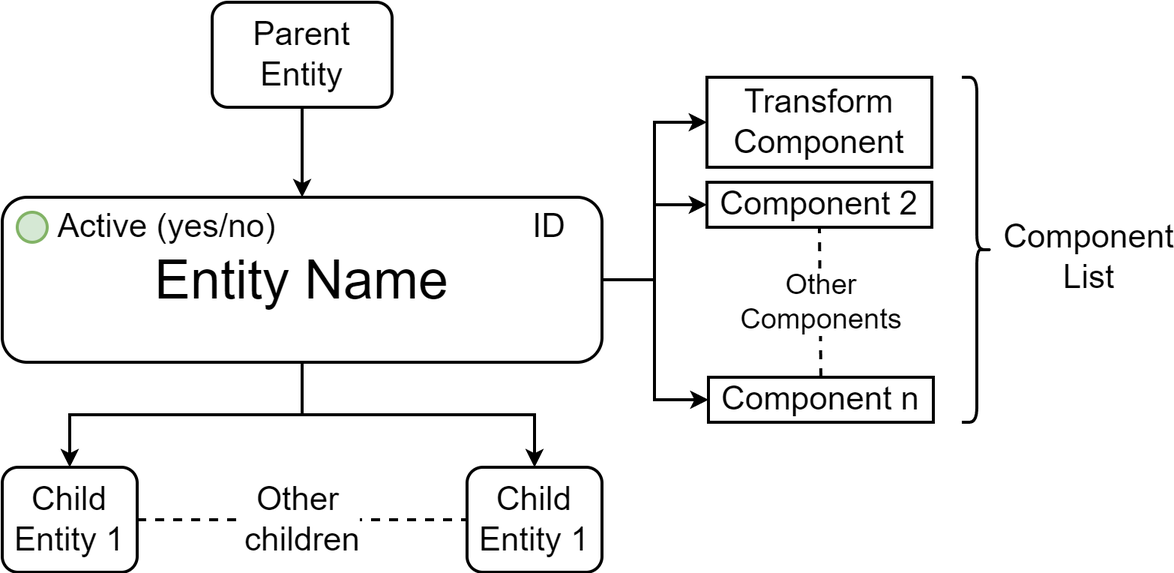
extremq/blog keeps this draw.io diagram as assets/images/002/Entity.png. Above is the earlier version. Source tidied: cells renumbered, new cells last; positions are measured from the earlier drawing's top-left corner, leaving out a move shared by most shapes.
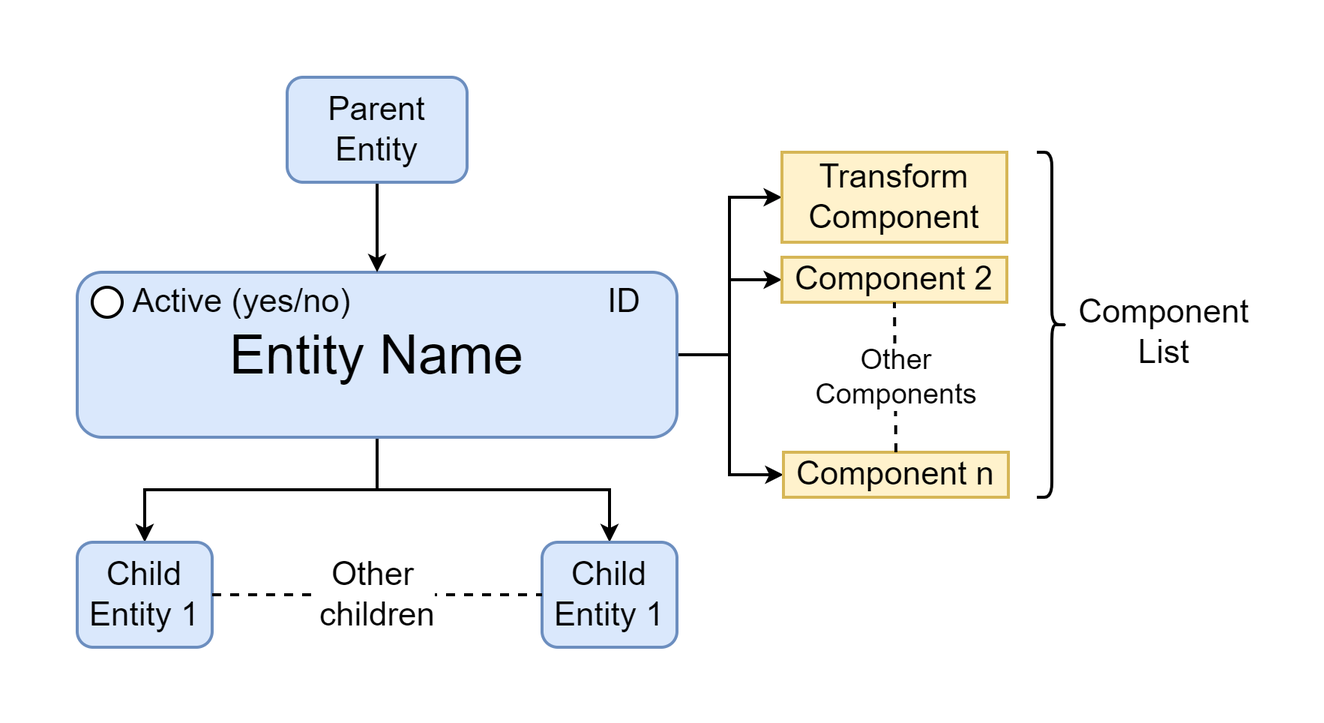
After the commit.

What changed in the source:
```diff
@@ -8,12 +8,12 @@
     <mxCell id="3" style="edgeStyle=orthogonalEdgeStyle;rounded=0;jettySize=auto;html=1;exitX=1;exitY=0.5;exitDx=0;exitDy=0;entryX=0;entryY=0.5;entryDx=0;entryDy=0;strokeWidth=2;" parent="1" edge="1" source="7" target="11">
       <mxGeometry relative="1" as="geometry" />
     </mxCell>
-    <mxCell id="4" style="edgeStyle=orthogonalEdgeStyle;rounded=0;jettySize=auto;html=1;exitX=0.5;exitY=1;exitDx=0;exitDy=0;entryX=0.5;entryY=0;entryDx=0;entryDy=0;fontSize=22;strokeWidth=2;" parent="1" edge="1" source="7" target="17">
-      <mxGeometry relative="1" as="geometry" />
-    </mxCell>
-    <mxCell id="5" style="edgeStyle=orthogonalEdgeStyle;rounded=0;jettySize=auto;html=1;exitX=0.5;exitY=1;exitDx=0;exitDy=0;entryX=0.5;entryY=0;entryDx=0;entryDy=0;fontSize=22;strokeWidth=2;" parent="1" edge="1" source="7" target="18">
-      <mxGeometry relative="1" as="geometry" />
-    </mxCell>
+    <mxCell id="22" style="edgeStyle=orthogonalEdgeStyle;rounded=0;jettySize=auto;html=1;exitX=0.5;exitY=1;exitDx=0;exitDy=0;entryX=0.5;entryY=0;entryDx=0;entryDy=0;fontSize=22;strokeWidth=2;" parent="1" edge="1" source="7" target="25">
+      <mxGeometry relative="1" as="geometry" />
+    </mxCell>
+    <mxCell id="23" style="edgeStyle=orthogonalEdgeStyle;rounded=0;jettySize=auto;html=1;exitX=0.5;exitY=1;exitDx=0;exitDy=0;entryX=0.5;entryY=0;entryDx=0;entryDy=0;fontSize=22;strokeWidth=2;" parent="1" edge="1" source="7" target="26">
+      <mxGeometry relative="1" as="geometry" />
+    </mxCell>
     <mxCell id="6" style="edgeStyle=orthogonalEdgeStyle;rounded=0;jettySize=auto;html=1;exitX=1;exitY=0.5;exitDx=0;exitDy=0;entryX=0;entryY=0.5;entryDx=0;entryDy=0;fontSize=22;strokeWidth=2;" parent="1" edge="1" source="7" target="12">
       <mxGeometry relative="1" as="geometry">
         <Array as="points">
@@ -22,22 +22,22 @@
         </Array>
       </mxGeometry>
     </mxCell>
-    <mxCell id="7" value="&lt;font style=&quot;font-size: 13px&quot;&gt;&lt;font style=&quot;font-size: 14px&quot;&gt;&lt;font style=&quot;font-size: 15px&quot;&gt;&lt;font style=&quot;font-size: 16px&quot;&gt;&lt;font style=&quot;font-size: 17px&quot;&gt;&lt;font style=&quot;font-size: 18px&quot;&gt;&lt;font style=&quot;font-size: 19px&quot;&gt;&lt;font style=&quot;font-size: 20px&quot;&gt;&lt;font style=&quot;font-size: 21px&quot;&gt;&lt;font style=&quot;font-size: 22px&quot;&gt;&lt;font style=&quot;font-size: 23px&quot;&gt;&lt;font style=&quot;font-size: 24px&quot;&gt;&lt;font style=&quot;font-size: 25px&quot;&gt;&lt;font style=&quot;font-size: 26px&quot;&gt;&lt;font style=&quot;font-size: 27px&quot;&gt;&lt;font style=&quot;font-size: 28px&quot;&gt;&lt;font style=&quot;font-size: 29px&quot;&gt;&lt;font style=&quot;font-size: 30px&quot;&gt;&lt;font style=&quot;font-size: 31px&quot;&gt;&lt;font style=&quot;font-size: 32px&quot;&gt;&lt;font style=&quot;font-size: 33px&quot;&gt;&lt;font style=&quot;font-size: 34px&quot;&gt;&lt;font style=&quot;font-size: 35px&quot;&gt;&lt;font style=&quot;font-size: 36px&quot;&gt;Entity Name&lt;br&gt;&lt;/font&gt;&lt;/font&gt;&lt;/font&gt;&lt;/font&gt;&lt;/font&gt;&lt;/font&gt;&lt;/font&gt;&lt;/font&gt;&lt;/font&gt;&lt;/font&gt;&lt;/font&gt;&lt;/font&gt;&lt;/font&gt;&lt;/font&gt;&lt;/font&gt;&lt;/font&gt;&lt;/font&gt;&lt;/font&gt;&lt;/font&gt;&lt;/font&gt;&lt;/font&gt;&lt;/font&gt;&lt;/font&gt;&lt;/font&gt;" style="rounded=1;whiteSpace=wrap;html=1;strokeWidth=2;" parent="1" vertex="1">
+    <mxCell id="7" value="&lt;font style=&quot;font-size: 13px&quot;&gt;&lt;font style=&quot;font-size: 14px&quot;&gt;&lt;font style=&quot;font-size: 15px&quot;&gt;&lt;font style=&quot;font-size: 16px&quot;&gt;&lt;font style=&quot;font-size: 17px&quot;&gt;&lt;font style=&quot;font-size: 18px&quot;&gt;&lt;font style=&quot;font-size: 19px&quot;&gt;&lt;font style=&quot;font-size: 20px&quot;&gt;&lt;font style=&quot;font-size: 21px&quot;&gt;&lt;font style=&quot;font-size: 22px&quot;&gt;&lt;font style=&quot;font-size: 23px&quot;&gt;&lt;font style=&quot;font-size: 24px&quot;&gt;&lt;font style=&quot;font-size: 25px&quot;&gt;&lt;font style=&quot;font-size: 26px&quot;&gt;&lt;font style=&quot;font-size: 27px&quot;&gt;&lt;font style=&quot;font-size: 28px&quot;&gt;&lt;font style=&quot;font-size: 29px&quot;&gt;&lt;font style=&quot;font-size: 30px&quot;&gt;&lt;font style=&quot;font-size: 31px&quot;&gt;&lt;font style=&quot;font-size: 32px&quot;&gt;&lt;font style=&quot;font-size: 33px&quot;&gt;&lt;font style=&quot;font-size: 34px&quot;&gt;&lt;font style=&quot;font-size: 35px&quot;&gt;&lt;font style=&quot;font-size: 36px&quot;&gt;Entity Name&lt;br&gt;&lt;/font&gt;&lt;/font&gt;&lt;/font&gt;&lt;/font&gt;&lt;/font&gt;&lt;/font&gt;&lt;/font&gt;&lt;/font&gt;&lt;/font&gt;&lt;/font&gt;&lt;/font&gt;&lt;/font&gt;&lt;/font&gt;&lt;/font&gt;&lt;/font&gt;&lt;/font&gt;&lt;/font&gt;&lt;/font&gt;&lt;/font&gt;&lt;/font&gt;&lt;/font&gt;&lt;/font&gt;&lt;/font&gt;&lt;/font&gt;" style="rounded=1;whiteSpace=wrap;html=1;strokeWidth=2;fillColor=#dae8fc;strokeColor=#6c8ebf;" parent="1" vertex="1">
       <mxGeometry y="130" width="400" height="110" as="geometry" />
     </mxCell>
-    <mxCell id="8" style="ellipse;whiteSpace=wrap;html=1;labelBackgroundColor=none;labelBorderColor=none;fillColor=#d5e8d4;strokeColor=#82b366;strokeWidth=2;" parent="1" vertex="1">
-      <mxGeometry x="10" y="140" width="20" height="20" as="geometry" />
-    </mxCell>
+    <mxCell id="24" style="ellipse;whiteSpace=wrap;html=1;labelBackgroundColor=none;labelBorderColor=none;strokeWidth=2;" parent="1" vertex="1">
+      <mxGeometry x="10" y="140" width="20" height="20" as="geometry" />
+    </mxCell>
     <mxCell id="9" value="Active (yes/no)" style="text;html=1;strokeColor=none;fillColor=none;align=center;verticalAlign=middle;whiteSpace=wrap;rounded=0;fontSize=22;strokeWidth=2;" parent="1" vertex="1">
       <mxGeometry x="30" y="130" width="160" height="40" as="geometry" />
     </mxCell>
-    <mxCell id="10" value="&lt;font style=&quot;font-size: 22px&quot;&gt;&lt;font style=&quot;font-size: 22px&quot;&gt;Transform Component&lt;/font&gt;&lt;/font&gt;" style="rounded=0;whiteSpace=wrap;html=1;strokeWidth=2;" parent="1" vertex="1">
+    <mxCell id="10" value="&lt;font style=&quot;font-size: 22px&quot;&gt;&lt;font style=&quot;font-size: 22px&quot;&gt;Transform Component&lt;/font&gt;&lt;/font&gt;" style="rounded=0;whiteSpace=wrap;html=1;strokeWidth=2;fillColor=#fff2cc;strokeColor=#d6b656;" parent="1" vertex="1">
       <mxGeometry x="470" y="50" width="150" height="60" as="geometry" />
     </mxCell>
-    <mxCell id="11" value="Component 2" style="rounded=0;whiteSpace=wrap;html=1;fontSize=22;strokeWidth=2;" parent="1" vertex="1">
+    <mxCell id="11" value="Component 2" style="rounded=0;whiteSpace=wrap;html=1;fontSize=22;strokeWidth=2;fillColor=#fff2cc;strokeColor=#d6b656;" parent="1" vertex="1">
       <mxGeometry x="470" y="120" width="150" height="30" as="geometry" />
     </mxCell>
-    <mxCell id="12" value="&lt;font style=&quot;font-size: 22px&quot;&gt;&lt;font style=&quot;font-size: 22px&quot;&gt;Component n&lt;/font&gt;&lt;/font&gt;" style="rounded=0;whiteSpace=wrap;html=1;strokeWidth=2;" parent="1" vertex="1">
+    <mxCell id="12" value="&lt;font style=&quot;font-size: 22px&quot;&gt;&lt;font style=&quot;font-size: 22px&quot;&gt;Component n&lt;/font&gt;&lt;/font&gt;" style="rounded=0;whiteSpace=wrap;html=1;strokeWidth=2;fillColor=#fff2cc;strokeColor=#d6b656;" parent="1" vertex="1">
       <mxGeometry x="471" y="250" width="150" height="30" as="geometry" />
     </mxCell>
     <mxCell id="13" style="shape=curlyBracket;whiteSpace=wrap;html=1;rounded=1;flipH=1;strokeWidth=2;" parent="1" vertex="1">
@@ -49,16 +49,16 @@
     <mxCell id="15" style="endArrow=classic;html=1;fontSize=22;entryX=0.5;entryY=0;entryDx=0;entryDy=0;exitX=0.5;exitY=1;exitDx=0;exitDy=0;strokeWidth=2;" parent="1" edge="1" source="16" target="7">
       <mxGeometry relative="1" as="geometry" />
     </mxCell>
-    <mxCell id="16" value="Parent Entity" style="rounded=1;whiteSpace=wrap;html=1;labelBackgroundColor=none;fontSize=22;strokeWidth=2;" parent="1" vertex="1">
+    <mxCell id="16" value="Parent Entity" style="rounded=1;whiteSpace=wrap;html=1;labelBackgroundColor=none;fontSize=22;strokeWidth=2;fillColor=#dae8fc;strokeColor=#6c8ebf;" parent="1" vertex="1">
       <mxGeometry x="140" width="120" height="70" as="geometry" />
     </mxCell>
-    <mxCell id="17" value="Child Entity 1" style="rounded=1;whiteSpace=wrap;html=1;labelBackgroundColor=none;fontSize=22;strokeWidth=2;" parent="1" vertex="1">
-      <mxGeometry y="310" width="90" height="70" as="geometry" />
-    </mxCell>
-    <mxCell id="18" value="Child Entity 1" style="rounded=1;whiteSpace=wrap;html=1;labelBackgroundColor=none;fontSize=22;strokeWidth=2;" parent="1" vertex="1">
-      <mxGeometry x="310" y="310" width="90" height="70" as="geometry" />
-    </mxCell>
+    <mxCell id="25" value="Child Entity 1" style="rounded=1;whiteSpace=wrap;html=1;labelBackgroundColor=none;fontSize=22;strokeWidth=2;fillColor=#dae8fc;strokeColor=#6c8ebf;" parent="1" vertex="1">
+      <mxGeometry y="310" width="90" height="70" as="geometry" />
+    </mxCell>
+    <mxCell id="26" value="Child Entity 1" style="rounded=1;whiteSpace=wrap;html=1;labelBackgroundColor=none;fontSize=22;strokeWidth=2;fillColor=#dae8fc;strokeColor=#6c8ebf;" parent="1" vertex="1">
+      <mxGeometry x="310" y="310" width="90" height="70" as="geometry" />
+    </mxCell>
-    <mxCell id="19" value="Other&amp;nbsp;&lt;br&gt;children" style="endArrow=none;dashed=1;html=1;fontSize=22;entryX=0;entryY=0.5;entryDx=0;entryDy=0;strokeWidth=2;" parent="1" edge="1" target="18">
+    <mxCell id="19" value="Other&amp;nbsp;&lt;br&gt;children" style="endArrow=none;dashed=1;html=1;fontSize=22;entryX=0;entryY=0.5;entryDx=0;entryDy=0;strokeWidth=2;" parent="1" edge="1" target="26">
       <mxGeometry relative="1" as="geometry">
         <mxPoint x="90" y="345" as="sourcePoint" />
       </mxGeometry>
```
